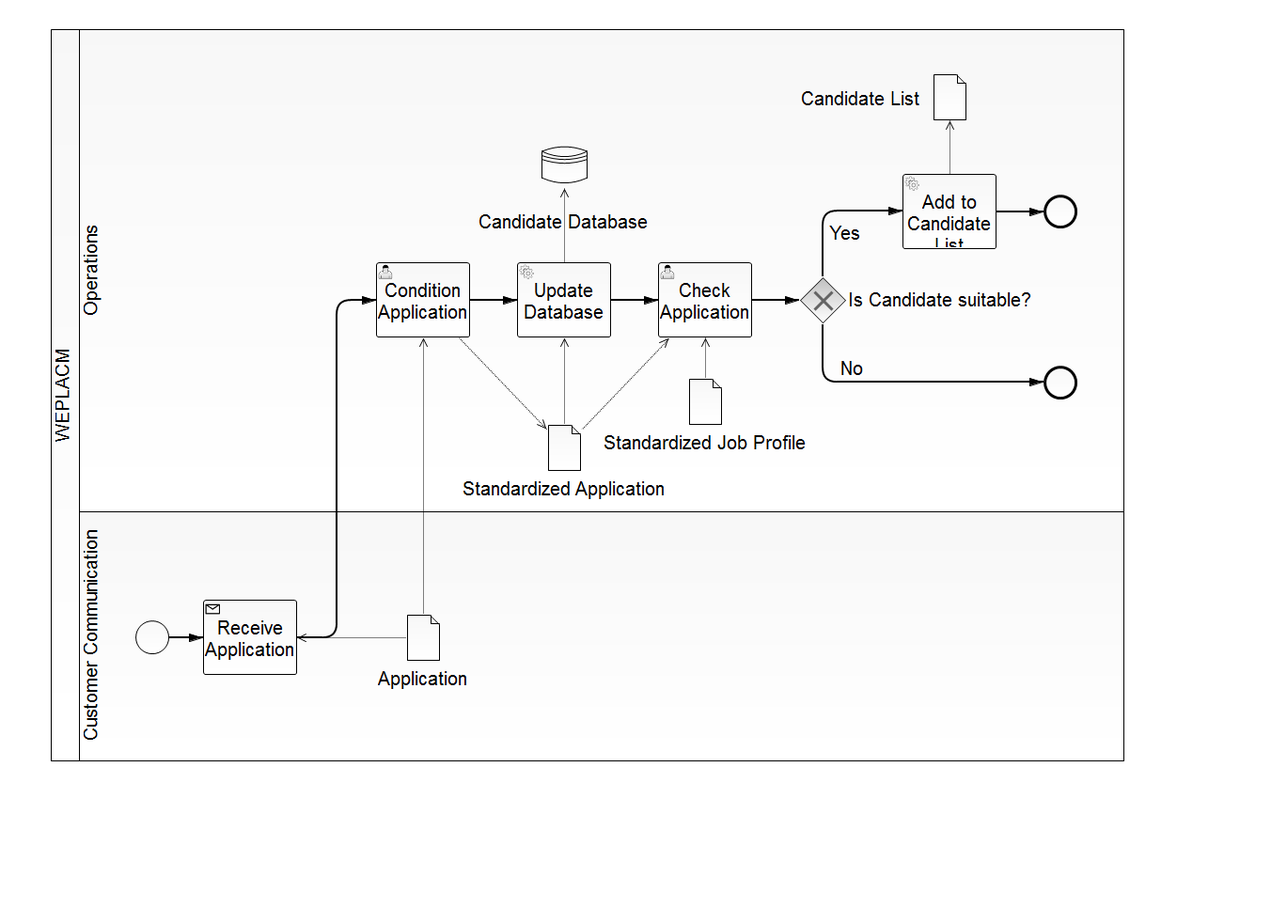
The BPMN diagram src/main/resources/handle_applications.png in SandraLe/WEPLACM, before a commit. Its source is kept beside it as src/main/resources/handle_applications.bpmn. Ids are renumbered.
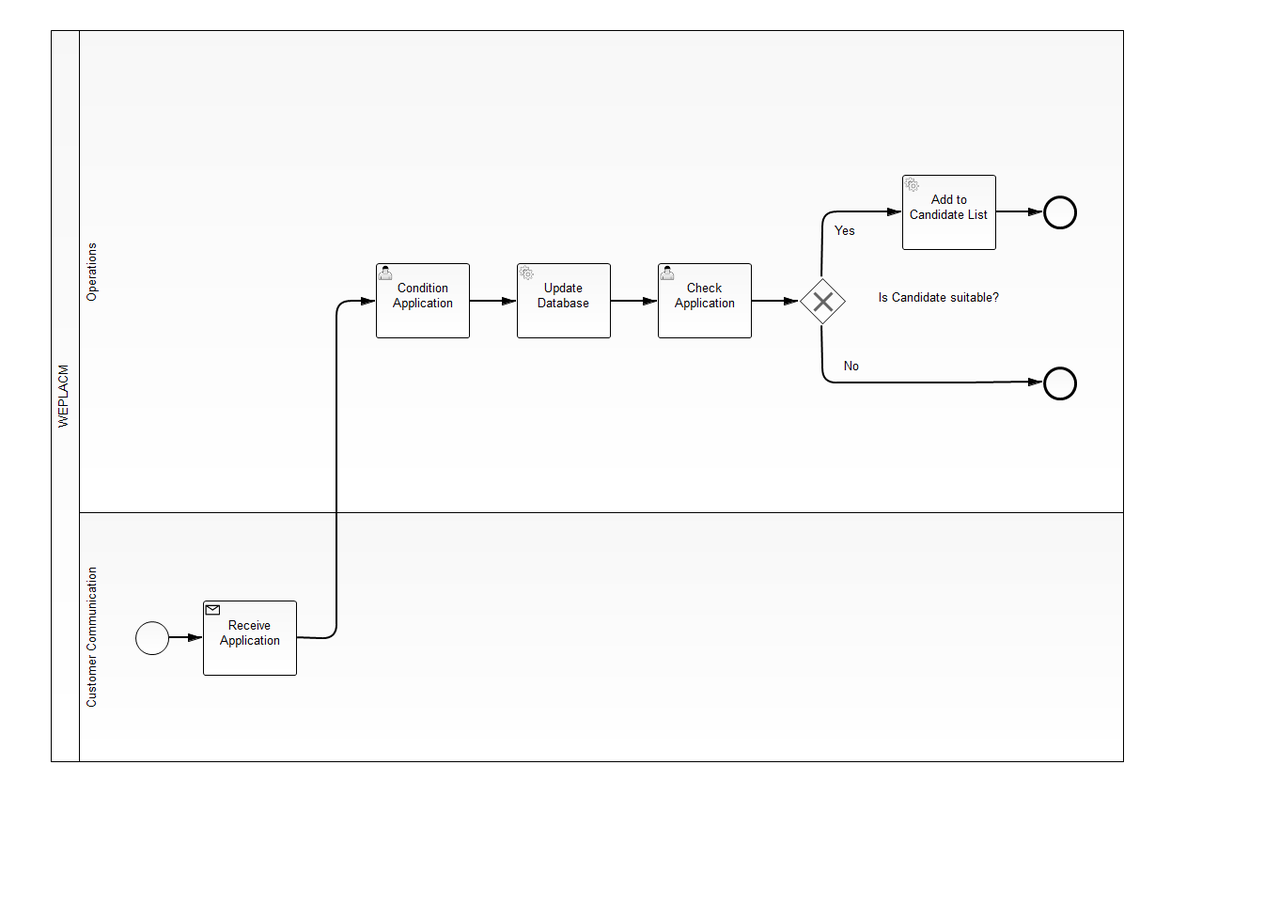
The same diagram one commit later.

What changed in the source:
```diff
@@ -1,60 +1,38 @@
-<bpmn2:definitions xmlns:xsi="http://www.w3.org/2001/XMLSchema-instance" xmlns:bpmn2="http://www.omg.org/spec/BPMN/20100524/MODEL" xmlns:bpmndi="http://www.omg.org/spec/BPMN/20100524/DI" xmlns:dc="http://www.omg.org/spec/DD/20100524/DC" xmlns:di="http://www.omg.org/spec/DD/20100524/DI" xsi:schemaLocation="http://www.omg.org/spec/BPMN/20100524/MODEL BPMN20.xsd" id="_qwnZwAk-EeWftNyabiApZA" exporter="camunda modeler" exporterVersion="2.7.0" targetNamespace="http://activiti.org/bpmn">
+<bpmn2:definitions xmlns:xsi="http://www.w3.org/2001/XMLSchema-instance" xmlns:bpmn2="http://www.omg.org/spec/BPMN/20100524/MODEL" xmlns:bpmndi="http://www.omg.org/spec/BPMN/20100524/DI" xmlns:camunda="http://activiti.org/bpmn" xmlns:dc="http://www.omg.org/spec/DD/20100524/DC" xmlns:di="http://www.omg.org/spec/DD/20100524/DI" xsi:schemaLocation="http://www.omg.org/spec/BPMN/20100524/MODEL BPMN20.xsd" id="_qwnZwAk-EeWftNyabiApZA" exporter="camunda modeler" exporterVersion="2.7.0" targetNamespace="http://activiti.org/bpmn">
   <bpmn2:collaboration id="_Collaboration_5">
     <bpmn2:participant id="WEPLACM" name="WEPLACM" processRef="handle_application"/>
   </bpmn2:collaboration>
   <bpmn2:process id="handle_application" isExecutable="true">
-    <bpmn2:ioSpecification id="InputOutputSpecification_1"/>
+
     <bpmn2:laneSet id="LaneSet_1" name="Lane Set 1">
       <bpmn2:lane id="Operations" name="Operations">
         <bpmn2:flowNodeRef>ConditionApplication</bpmn2:flowNodeRef>
         <bpmn2:flowNodeRef>UpdateDatabase</bpmn2:flowNodeRef>
         <bpmn2:flowNodeRef>CheckApplication</bpmn2:flowNodeRef>
         <bpmn2:flowNodeRef>IsCandidateSuitable</bpmn2:flowNodeRef>
-        <bpmn2:flowNodeRef>EndEvent_HandleApplications_No</bpmn2:flowNodeRef>
+        <bpmn2:flowNodeRef>EndEvent_2</bpmn2:flowNodeRef>
         <bpmn2:flowNodeRef>AddToCandidateList</bpmn2:flowNodeRef>
-        <bpmn2:flowNodeRef>EndEvent_HandleApplications_Yes</bpmn2:flowNodeRef>
+        <bpmn2:flowNodeRef>EndEvent_1</bpmn2:flowNodeRef>
       </bpmn2:lane>
       <bpmn2:lane id="CustomerCommunication" name="Customer Communication">
         <bpmn2:flowNodeRef>ReceiveApplication</bpmn2:flowNodeRef>
-        <bpmn2:flowNodeRef>StartEvent_HandleApplictions</bpmn2:flowNodeRef>
+        <bpmn2:flowNodeRef>StartEvent_1</bpmn2:flowNodeRef>
       </bpmn2:lane>
     </bpmn2:laneSet>
-    <bpmn2:dataStoreReference id="CandidateDatabase" name="Candidate Database" dataStoreRef="DataStore_1"/>
-    <bpmn2:dataObject id="DataObject_2" name="Data Object 2"/>
-    <bpmn2:dataObject id="DataObject_3" name="Data Object 3"/>
-    <bpmn2:dataObject id="DataObject_4" name="Data Object 4"/>
-    <bpmn2:dataObject id="DataObject_5" name="Data Object 5"/>
+
     <bpmn2:userTask id="ConditionApplication" name="Condition Application">
       <bpmn2:incoming>SequenceFlow_2</bpmn2:incoming>
       <bpmn2:outgoing>SequenceFlow_3</bpmn2:outgoing>
-      <bpmn2:dataInputAssociation id="DataInputAssociation_1">
-        <bpmn2:sourceRef>Application</bpmn2:sourceRef>
-      </bpmn2:dataInputAssociation>
-      <bpmn2:dataOutputAssociation id="DataOutputAssociation_3">
-        <bpmn2:targetRef>StandardizedApplication</bpmn2:targetRef>
-      </bpmn2:dataOutputAssociation>
     </bpmn2:userTask>
     <bpmn2:sequenceFlow id="SequenceFlow_3" sourceRef="ConditionApplication" targetRef="UpdateDatabase"/>
-    <bpmn2:serviceTask id="UpdateDatabase" name="Update Database">
+    <bpmn2:serviceTask id="UpdateDatabase" camunda:expression="{$Handle_applications.update_database()}" name="Update Database">
       <bpmn2:incoming>SequenceFlow_3</bpmn2:incoming>
       <bpmn2:outgoing>SequenceFlow_5</bpmn2:outgoing>
-      <bpmn2:dataInputAssociation id="DataInputAssociation_3">
-        <bpmn2:sourceRef>StandardizedApplication</bpmn2:sourceRef>
-      </bpmn2:dataInputAssociation>
-      <bpmn2:dataOutputAssociation id="DataOutputAssociation_2">
-        <bpmn2:targetRef>CandidateDatabase</bpmn2:targetRef>
-      </bpmn2:dataOutputAssociation>
     </bpmn2:serviceTask>
     <bpmn2:sequenceFlow id="SequenceFlow_5" name="" sourceRef="UpdateDatabase" targetRef="CheckApplication"/>
     <bpmn2:userTask id="CheckApplication" name="Check Application">
       <bpmn2:incoming>SequenceFlow_5</bpmn2:incoming>
       <bpmn2:outgoing>SequenceFlow_6</bpmn2:outgoing>
-      <bpmn2:dataInputAssociation id="DataInputAssociation_4">
-        <bpmn2:sourceRef>StandardizedApplication</bpmn2:sourceRef>
-      </bpmn2:dataInputAssociation>
-      <bpmn2:dataInputAssociation id="DataInputAssociation_5">
-        <bpmn2:sourceRef>StandardizedJobProfile</bpmn2:sourceRef>
-      </bpmn2:dataInputAssociation>
     </bpmn2:userTask>
     <bpmn2:sequenceFlow id="SequenceFlow_6" name="" sourceRef="CheckApplication" targetRef="IsCandidateSuitable"/>
     <bpmn2:exclusiveGateway id="IsCandidateSuitable" name="Is Candidate suitable?">
@@ -62,43 +40,37 @@
       <bpmn2:outgoing>SequenceFlow_8</bpmn2:outgoing>
       <bpmn2:outgoing>SequenceFlow_15</bpmn2:outgoing>
     </bpmn2:exclusiveGateway>
-    <bpmn2:sequenceFlow id="SequenceFlow_8" name="Yes" sourceRef="IsCandidateSuitable" targetRef="AddToCandidateList"/>
-    <bpmn2:sequenceFlow id="SequenceFlow_15" name="No" sourceRef="IsCandidateSuitable" targetRef="EndEvent_HandleApplications_No"/>
-    <bpmn2:endEvent id="EndEvent_HandleApplications_No">
+    <bpmn2:sequenceFlow id="SequenceFlow_8" name="Yes" sourceRef="IsCandidateSuitable" targetRef="AddToCandidateList">
+      <bpmn2:conditionExpression xsi:type="bpmn2:tFormalExpression">{$true}</bpmn2:conditionExpression>
+    </bpmn2:sequenceFlow>
+    <bpmn2:sequenceFlow id="SequenceFlow_15" name="No" sourceRef="IsCandidateSuitable" targetRef="EndEvent_2">
+      <bpmn2:conditionExpression xsi:type="bpmn2:tFormalExpression">{$false}</bpmn2:conditionExpression>
+    </bpmn2:sequenceFlow>
+    <bpmn2:endEvent id="EndEvent_2">
       <bpmn2:incoming>SequenceFlow_15</bpmn2:incoming>
     </bpmn2:endEvent>
-    <bpmn2:serviceTask id="AddToCandidateList" name="Add to Candidate List">
+    <bpmn2:serviceTask id="AddToCandidateList" camunda:expression="{$Handle_applications.add_candidate_to_list()}" name="Add to Candidate List">
       <bpmn2:incoming>SequenceFlow_8</bpmn2:incoming>
       <bpmn2:outgoing>SequenceFlow_9</bpmn2:outgoing>
-      <bpmn2:dataOutputAssociation id="DataOutputAssociation_5">
-        <bpmn2:targetRef>CandidateList</bpmn2:targetRef>
-      </bpmn2:dataOutputAssociation>
     </bpmn2:serviceTask>
-    <bpmn2:sequenceFlow id="SequenceFlow_9" name="" sourceRef="AddToCandidateList" targetRef="EndEvent_HandleApplications_Yes"/>
-    <bpmn2:endEvent id="EndEvent_HandleApplications_Yes">
+    <bpmn2:sequenceFlow id="SequenceFlow_9" name="" sourceRef="AddToCandidateList" targetRef="EndEvent_1"/>
+    <bpmn2:endEvent id="EndEvent_1">
       <bpmn2:incoming>SequenceFlow_9</bpmn2:incoming>
     </bpmn2:endEvent>
     <bpmn2:receiveTask id="ReceiveApplication" name="Receive Application">
       <bpmn2:incoming>SequenceFlow_1</bpmn2:incoming>
       <bpmn2:outgoing>SequenceFlow_2</bpmn2:outgoing>
-      <bpmn2:dataInputAssociation id="DataInputAssociation_2">
-        <bpmn2:sourceRef>Application</bpmn2:sourceRef>
-      </bpmn2:dataInputAssociation>
     </bpmn2:receiveTask>
     <bpmn2:sequenceFlow id="SequenceFlow_2" name="" sourceRef="ReceiveApplication" targetRef="ConditionApplication"/>
-    <bpmn2:dataObjectReference id="Application" name="Application" dataObjectRef="DataObject_2"/>
-    <bpmn2:dataObjectReference id="StandardizedJobProfile" name="Standardized Job Profile" dataObjectRef="DataObject_4"/>
-    <bpmn2:dataObjectReference id="StandardizedApplication" name="Standardized Application" dataObjectRef="DataObject_3"/>
-    <bpmn2:dataObjectReference id="CandidateList" name="Candidate List" dataObjectRef="DataObject_5"/>
-    <bpmn2:startEvent id="StartEvent_HandleApplictions">
+    <bpmn2:startEvent id="StartEvent_1">
       <bpmn2:outgoing>SequenceFlow_1</bpmn2:outgoing>
     </bpmn2:startEvent>
-    <bpmn2:sequenceFlow id="SequenceFlow_1" name="" sourceRef="StartEvent_HandleApplictions" targetRef="ReceiveApplication"/>
+    <bpmn2:sequenceFlow id="SequenceFlow_1" name="" sourceRef="StartEvent_1" targetRef="ReceiveApplication"/>
   </bpmn2:process>
   <bpmn2:dataStore id="DataStore_1" name="Data Store 1"/>
   <bpmndi:BPMNDiagram id="BPMNDiagram_1">
     <bpmndi:BPMNPlane id="BPMNPlane_1" bpmnElement="_Collaboration_5">
-      <bpmndi:BPMNShape id="_BPMNShape_StartEvent_13" bpmnElement="StartEvent_HandleApplictions">
+      <bpmndi:BPMNShape id="_BPMNShape_StartEvent_13" bpmnElement="StartEvent_1">
         <dc:Bounds height="36.0" width="36.0" x="144.0" y="629.0"/>
         <bpmndi:BPMNLabel>
           <dc:Bounds height="0.0" width="0.0" x="162.0" y="670.0"/>
@@ -170,7 +142,7 @@
           <dc:Bounds height="22.0" width="29.0" x="885.0" y="203.0"/>
         </bpmndi:BPMNLabel>
       </bpmndi:BPMNEdge>
-      <bpmndi:BPMNShape id="_BPMNShape_EndEvent_18" bpmnElement="EndEvent_HandleApplications_Yes">
+      <bpmndi:BPMNShape id="_BPMNShape_EndEvent_18" bpmnElement="EndEvent_1">
         <dc:Bounds height="36.0" width="36.0" x="1110.0" y="176.0"/>
         <bpmndi:BPMNLabel>
           <dc:Bounds height="0.0" width="0.0" x="1128.0" y="217.0"/>
@@ -183,7 +155,7 @@
           <dc:Bounds height="6.0" width="6.0" x="1082.0" y="194.0"/>
         </bpmndi:BPMNLabel>
       </bpmndi:BPMNEdge>
-      <bpmndi:BPMNShape id="_BPMNShape_EndEvent_19" bpmnElement="EndEvent_HandleApplications_No">
+      <bpmndi:BPMNShape id="_BPMNShape_EndEvent_19" bpmnElement="EndEvent_2">
         <dc:Bounds height="36.0" width="36.0" x="1110.0" y="358.0"/>
         <bpmndi:BPMNLabel>
           <dc:Bounds height="0.0" width="0.0" x="1128.0" y="399.0"/>
@@ -198,68 +170,6 @@
           <dc:Bounds height="22.0" width="22.0" x="896.0" y="347.0"/>
         </bpmndi:BPMNLabel>
       </bpmndi:BPMNEdge>
-      <bpmndi:BPMNShape id="_BPMNShape_DataStoreReference_7" bpmnElement="CandidateDatabase">
-        <dc:Bounds height="50.0" width="50.0" x="575.0" y="119.0"/>
-        <bpmndi:BPMNLabel>
-          <dc:Bounds height="22.0" width="123.0" x="539.0" y="191.0"/>
-        </bpmndi:BPMNLabel>
-      </bpmndi:BPMNShape>
-      <bpmndi:BPMNEdge id="BPMNEdge_DataOutputAssociation_2" bpmnElement="DataOutputAssociation_2" sourceElement="_BPMNShape_ServiceTask_4" targetElement="_BPMNShape_DataStoreReference_7">
-        <di:waypoint xsi:type="dc:Point" x="600.0" y="248.0"/>
-        <di:waypoint xsi:type="dc:Point" x="600.0" y="169.0"/>
-      </bpmndi:BPMNEdge>
-      <bpmndi:BPMNShape id="_BPMNShape_DataObjectReference_9" bpmnElement="Application">
-        <dc:Bounds height="50.0" width="36.0" x="432.0" y="622.0"/>
-        <bpmndi:BPMNLabel>
-          <dc:Bounds height="22.0" width="70.0" x="415.0" y="677.0"/>
-        </bpmndi:BPMNLabel>
-      </bpmndi:BPMNShape>
-      <bpmndi:BPMNEdge id="BPMNEdge_DataInputAssociation_1" bpmnElement="DataInputAssociation_1" sourceElement="_BPMNShape_DataObjectReference_9" targetElement="_BPMNShape_UserTask_15">
-        <di:waypoint xsi:type="dc:Point" x="450.0" y="622.0"/>
-        <di:waypoint xsi:type="dc:Point" x="450.0" y="328.0"/>
-      </bpmndi:BPMNEdge>
-      <bpmndi:BPMNEdge id="BPMNEdge_DataInputAssociation_2" bpmnElement="DataInputAssociation_2" sourceElement="_BPMNShape_DataObjectReference_9" targetElement="_BPMNShape_ReceiveTask_9">
-        <di:waypoint xsi:type="dc:Point" x="432.0" y="647.0"/>
-        <di:waypoint xsi:type="dc:Point" x="316.0" y="647.0"/>
-      </bpmndi:BPMNEdge>
-      <bpmndi:BPMNShape id="_BPMNShape_DataObjectReference_10" bpmnElement="StandardizedApplication">
-        <dc:Bounds height="50.0" width="36.0" x="582.0" y="420.0"/>
-        <bpmndi:BPMNLabel>
-          <dc:Bounds height="22.0" width="150.0" x="525.0" y="475.0"/>
-        </bpmndi:BPMNLabel>
-      </bpmndi:BPMNShape>
-      <bpmndi:BPMNEdge id="BPMNEdge_DataOutputAssociation_3" bpmnElement="DataOutputAssociation_3" sourceElement="_BPMNShape_UserTask_15" targetElement="_BPMNShape_DataObjectReference_10">
-        <di:waypoint xsi:type="dc:Point" x="488.0" y="328.0"/>
-        <di:waypoint xsi:type="dc:Point" x="582.0" y="426.0"/>
-      </bpmndi:BPMNEdge>
-      <bpmndi:BPMNEdge id="BPMNEdge_DataInputAssociation_3" bpmnElement="DataInputAssociation_3" sourceElement="_BPMNShape_DataObjectReference_10" targetElement="_BPMNShape_ServiceTask_4">
-        <di:waypoint xsi:type="dc:Point" x="600.0" y="420.0"/>
-        <di:waypoint xsi:type="dc:Point" x="600.0" y="328.0"/>
-      </bpmndi:BPMNEdge>
-      <bpmndi:BPMNEdge id="BPMNEdge_DataInputAssociation_4" bpmnElement="DataInputAssociation_4" sourceElement="_BPMNShape_DataObjectReference_10" targetElement="_BPMNShape_UserTask_16">
-        <di:waypoint xsi:type="dc:Point" x="618.0" y="426.0"/>
-        <di:waypoint xsi:type="dc:Point" x="712.0" y="328.0"/>
-      </bpmndi:BPMNEdge>
-      <bpmndi:BPMNShape id="_BPMNShape_DataObjectReference_11" bpmnElement="StandardizedJobProfile">
-        <dc:Bounds height="50.0" width="36.0" x="732.0" y="371.0"/>
-        <bpmndi:BPMNLabel>
-          <dc:Bounds height="22.0" width="146.0" x="677.0" y="426.0"/>
-        </bpmndi:BPMNLabel>
-      </bpmndi:BPMNShape>
-      <bpmndi:BPMNEdge id="BPMNEdge_DataInputAssociation_5" bpmnElement="DataInputAssociation_5" sourceElement="_BPMNShape_DataObjectReference_11" targetElement="_BPMNShape_UserTask_16">
-        <di:waypoint xsi:type="dc:Point" x="750.0" y="371.0"/>
-        <di:waypoint xsi:type="dc:Point" x="750.0" y="328.0"/>
-      </bpmndi:BPMNEdge>
-      <bpmndi:BPMNShape id="_BPMNShape_DataObjectReference_12" bpmnElement="CandidateList">
-        <dc:Bounds height="50.0" width="36.0" x="992.0" y="47.0"/>
-        <bpmndi:BPMNLabel>
-          <dc:Bounds height="29.0" width="132.0" x="850.0" y="60.0"/>
-        </bpmndi:BPMNLabel>
-      </bpmndi:BPMNShape>
-      <bpmndi:BPMNEdge id="BPMNEdge_DataOutputAssociation_5" bpmnElement="DataOutputAssociation_5" sourceElement="_BPMNShape_ServiceTask_5" targetElement="_BPMNShape_DataObjectReference_12">
-        <di:waypoint xsi:type="dc:Point" x="1010.0" y="154.0"/>
-        <di:waypoint xsi:type="dc:Point" x="1010.0" y="97.0"/>
-      </bpmndi:BPMNEdge>
       <bpmndi:BPMNShape id="_BPMNShape_Participant_7" bpmnElement="WEPLACM" isHorizontal="true">
         <dc:Bounds height="779.0" width="1142.0" x="54.0" y="0.0"/>
       </bpmndi:BPMNShape>
```
